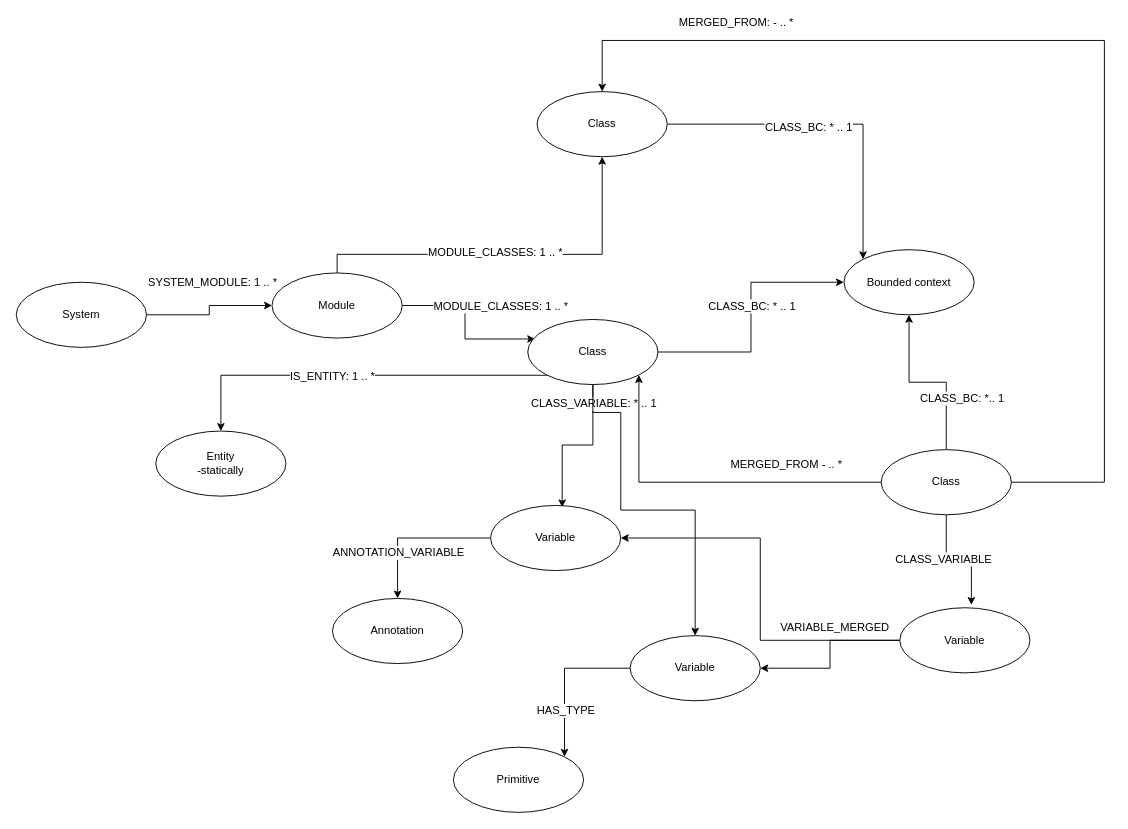
Earlier version of the draw.io diagram page "Node model" (1 of 2) of docs/prophet.drawio (cloudhubs/prophet). Source tidied: cells renumbered, new cells numbered last; positions are measured from the earlier drawing's top-left corner, leaving out a move shared by most shapes. Both pictures are drawn from the tidied source at 93%, with x=0, y=0 at pixel (16, 40).
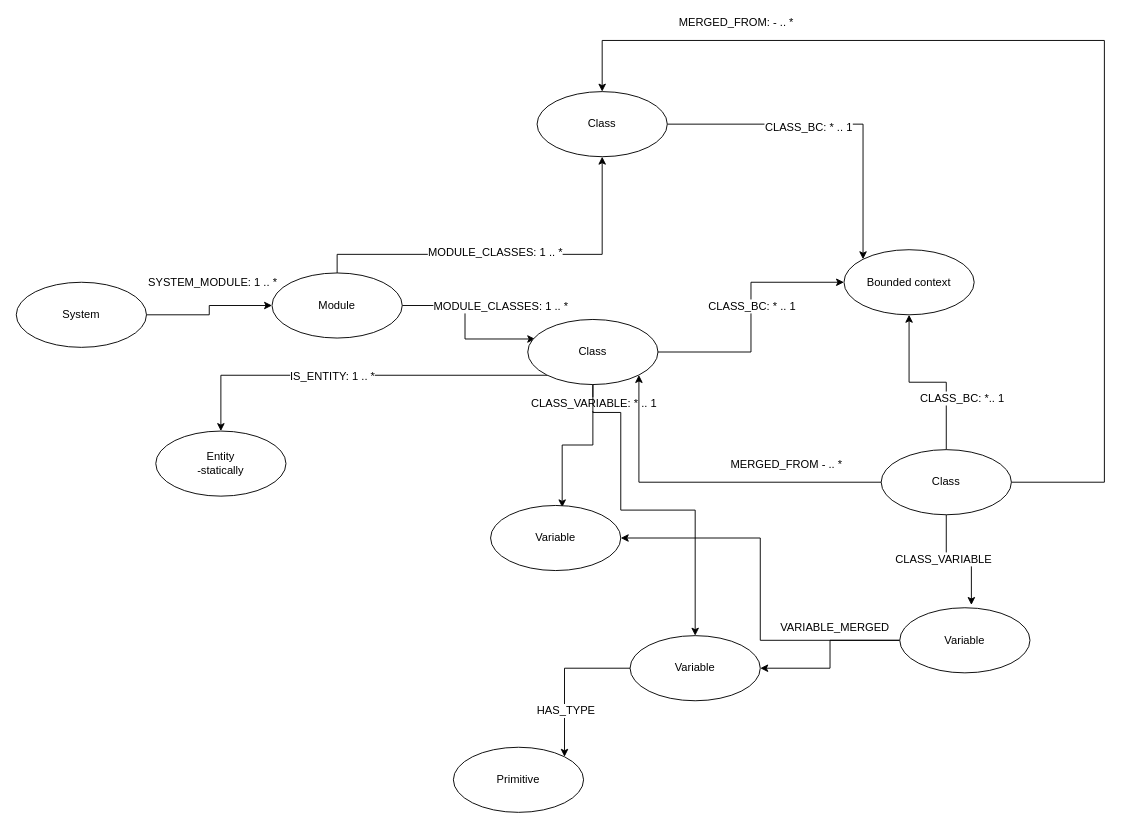
The same page after the edit.

Unchanged cells that the change refers to:
```xml
<mxCell id="20" value="Variable" style="ellipse;whiteSpace=wrap;html=1;" parent="1" vertex="1">
  <mxGeometry x="510" y="500" width="140" height="70" as="geometry" />
</mxCell>
```

Diff of the diagram source:
```diff
@@
-    <mxCell id="18" style="edgeStyle=orthogonalEdgeStyle;rounded=0;jettySize=auto;html=1;entryX=0.5;entryY=0;entryDx=0;entryDy=0;" parent="1" edge="1" source="20" target="21">
-      <mxGeometry relative="1" as="geometry" />
-    </mxCell>
-    <mxCell id="19" value="ANNOTATION_VARIABLE" style="text;html=1;align=center;verticalAlign=middle;labelBackgroundColor=#ffffff;" parent="18" vertex="1">
-      <mxGeometry x="0.14" y="4" relative="1" as="geometry">
-        <mxPoint x="-6" y="11" as="offset" />
-      </mxGeometry>
-    </mxCell>
@@
-    <mxCell id="21" value="Annotation" style="ellipse;whiteSpace=wrap;html=1;" parent="1" vertex="1">
-      <mxGeometry x="340" y="600" width="140" height="70" as="geometry" />
-    </mxCell>
```
